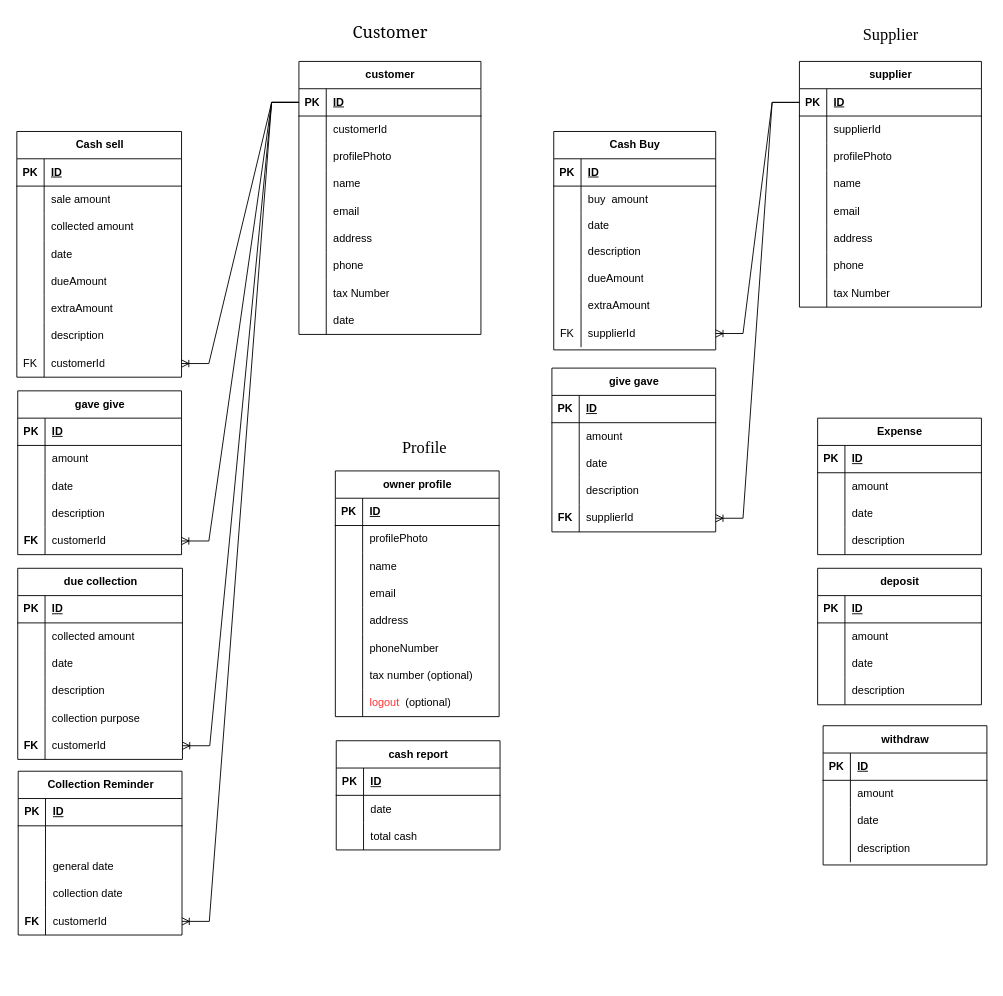
devsrakib/esBook keeps this draw.io diagram as databases/diagram.drawio. Above is the earlier version. Source tidied: cells renumbered, new cells numbered last; positions are measured from the earlier drawing's top-left corner, leaving out a move shared by most shapes. Both pictures are drawn from the tidied source at 91%, with x=0, y=0 at pixel (16, 15).
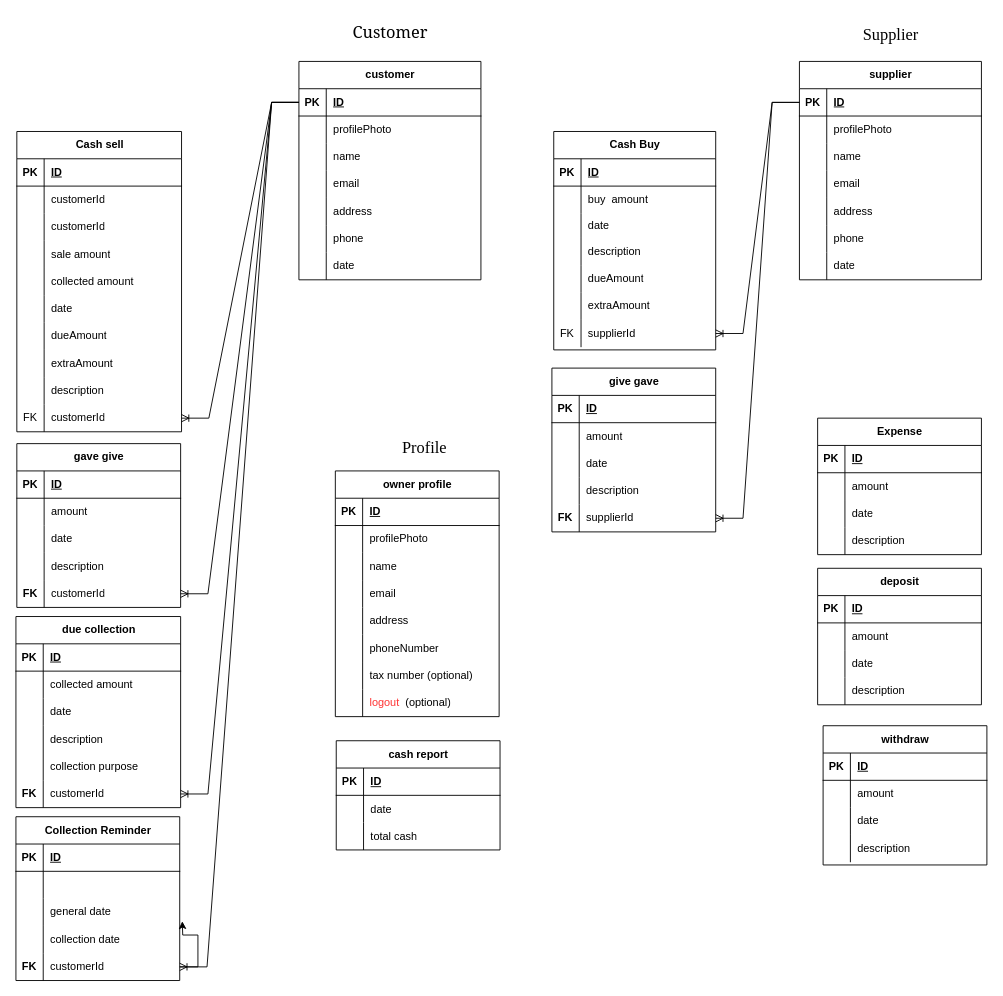
The same page after the edit.

What changed in the source:
```diff
@@
     <mxCell id="2" value="customer" style="shape=table;startSize=30;childLayout=tableLayout;rowLines=0;fontStyle=1;align=center;html=1;flipH=0;flipV=0;" parent="1" vertex="1">
-      <mxGeometry x="310" y="50" width="200" height="300" as="geometry" />
+      <mxGeometry x="310" y="50" width="200" height="240" as="geometry" />
     </mxCell>
@@
-    <mxCell id="6" style="shape=tableRow;horizontal=0;startSize=0;swimlaneHead=0;swimlaneBody=0;fillColor=none;top=0;left=0;right=0;bottom=0;" parent="2" vertex="1">
-      <mxGeometry y="60" width="200" height="30" as="geometry" />
-    </mxCell>
-    <mxCell id="7" style="shape=partialRectangle;fillColor=none;top=0;left=0;bottom=0;right=0;overflow=hidden;whiteSpace=wrap;html=1;" parent="6" vertex="1">
-      <mxGeometry width="30" height="30" as="geometry" />
-    </mxCell>
-    <mxCell id="8" value="customerId" style="shape=partialRectangle;fillColor=none;top=0;left=0;bottom=0;right=0;align=left;spacingLeft=6;overflow=hidden;whiteSpace=wrap;html=1;" parent="6" vertex="1">
-      <mxGeometry x="30" width="170" height="30" as="geometry" />
-    </mxCell>
     <mxCell id="9" style="shape=tableRow;horizontal=0;startSize=0;swimlaneHead=0;swimlaneBody=0;fillColor=none;top=0;left=0;right=0;bottom=0;" parent="2" vertex="1">
-      <mxGeometry y="90" width="200" height="30" as="geometry" />
+      <mxGeometry y="60" width="200" height="30" as="geometry" />
     </mxCell>
@@
     <mxCell id="12" style="shape=tableRow;horizontal=0;startSize=0;swimlaneHead=0;swimlaneBody=0;fillColor=none;top=0;left=0;right=0;bottom=0;" parent="2" vertex="1">
-      <mxGeometry y="120" width="200" height="30" as="geometry" />
+      <mxGeometry y="90" width="200" height="30" as="geometry" />
     </mxCell>
@@
     <mxCell id="15" style="shape=tableRow;horizontal=0;startSize=0;swimlaneHead=0;swimlaneBody=0;fillColor=none;top=0;left=0;right=0;bottom=0;" parent="2" vertex="1">
-      <mxGeometry y="150" width="200" height="30" as="geometry" />
+      <mxGeometry y="120" width="200" height="30" as="geometry" />
     </mxCell>
@@
     <mxCell id="18" style="shape=tableRow;horizontal=0;startSize=0;swimlaneHead=0;swimlaneBody=0;fillColor=none;top=0;left=0;right=0;bottom=0;" parent="2" vertex="1">
-      <mxGeometry y="180" width="200" height="30" as="geometry" />
+      <mxGeometry y="150" width="200" height="30" as="geometry" />
     </mxCell>
@@
     <mxCell id="21" style="shape=tableRow;horizontal=0;startSize=0;swimlaneHead=0;swimlaneBody=0;fillColor=none;top=0;left=0;right=0;bottom=0;" parent="2" vertex="1">
-      <mxGeometry y="210" width="200" height="30" as="geometry" />
+      <mxGeometry y="180" width="200" height="30" as="geometry" />
     </mxCell>
@@
-    <mxCell id="24" style="shape=tableRow;horizontal=0;startSize=0;swimlaneHead=0;swimlaneBody=0;fillColor=none;top=0;left=0;right=0;bottom=0;" parent="2" vertex="1">
-      <mxGeometry y="240" width="200" height="30" as="geometry" />
-    </mxCell>
-    <mxCell id="25" style="shape=partialRectangle;fillColor=none;top=0;left=0;bottom=0;right=0;overflow=hidden;whiteSpace=wrap;html=1;" parent="24" vertex="1">
-      <mxGeometry width="30" height="30" as="geometry" />
-    </mxCell>
-    <mxCell id="26" value="tax Number" style="shape=partialRectangle;fillColor=none;top=0;left=0;bottom=0;right=0;align=left;spacingLeft=6;overflow=hidden;whiteSpace=wrap;html=1;" parent="24" vertex="1">
-      <mxGeometry x="30" width="170" height="30" as="geometry" />
-    </mxCell>
     <mxCell id="27" style="shape=tableRow;horizontal=0;startSize=0;swimlaneHead=0;swimlaneBody=0;fillColor=none;top=0;left=0;right=0;bottom=0;" parent="2" vertex="1">
-      <mxGeometry y="270" width="200" height="30" as="geometry" />
+      <mxGeometry y="210" width="200" height="30" as="geometry" />
     </mxCell>
@@
     <mxCell id="30" value="Cash sell" style="shape=table;startSize=30;childLayout=tableLayout;rowLines=0;fontStyle=1;align=center;html=1;" parent="1" vertex="1">
-      <mxGeometry y="127" width="181" height="270" as="geometry" />
+      <mxGeometry y="127" width="181" height="330" as="geometry" />
     </mxCell>
@@
+    <mxCell id="253" style="shape=tableRow;horizontal=0;startSize=0;swimlaneHead=0;swimlaneBody=0;fillColor=none;top=0;left=0;right=0;bottom=0;" parent="30" vertex="1">
+      <mxGeometry y="60" width="181" height="30" as="geometry" />
+    </mxCell>
+    <mxCell id="254" style="shape=partialRectangle;fillColor=none;top=0;left=0;bottom=0;right=0;overflow=hidden;whiteSpace=wrap;html=1;" parent="253" vertex="1">
+      <mxGeometry width="30" height="30" as="geometry" />
+    </mxCell>
+    <mxCell id="8" value="customerId" style="shape=partialRectangle;fillColor=none;top=0;left=0;bottom=0;right=0;align=left;spacingLeft=6;overflow=hidden;whiteSpace=wrap;html=1;" parent="253" vertex="1">
+      <mxGeometry x="30" width="151" height="30" as="geometry" />
+    </mxCell>
     <mxCell id="34" style="shape=tableRow;horizontal=0;startSize=0;swimlaneHead=0;swimlaneBody=0;fillColor=none;top=0;left=0;right=0;bottom=0;" parent="30" vertex="1">
-      <mxGeometry y="60" width="181" height="30" as="geometry" />
+      <mxGeometry y="90" width="181" height="30" as="geometry" />
     </mxCell>
@@
-    <mxCell id="36" value="sale amount" style="shape=partialRectangle;fillColor=none;top=0;left=0;bottom=0;right=0;align=left;spacingLeft=6;overflow=hidden;whiteSpace=wrap;html=1;" parent="34" vertex="1">
+    <mxCell id="36" value="customerId" style="shape=partialRectangle;fillColor=none;top=0;left=0;bottom=0;right=0;align=left;spacingLeft=6;overflow=hidden;whiteSpace=wrap;html=1;" parent="34" vertex="1">
       <mxGeometry x="30" width="151" height="30" as="geometry" />
     </mxCell>
+    <mxCell id="255" style="shape=tableRow;horizontal=0;startSize=0;swimlaneHead=0;swimlaneBody=0;fillColor=none;top=0;left=0;right=0;bottom=0;" parent="30" vertex="1">
+      <mxGeometry y="120" width="181" height="30" as="geometry" />
+    </mxCell>
+    <mxCell id="256" style="shape=partialRectangle;fillColor=none;top=0;left=0;bottom=0;right=0;overflow=hidden;whiteSpace=wrap;html=1;" parent="255" vertex="1">
+      <mxGeometry width="30" height="30" as="geometry" />
+    </mxCell>
+    <mxCell id="257" value="sale amount" style="shape=partialRectangle;fillColor=none;top=0;left=0;bottom=0;right=0;align=left;spacingLeft=6;overflow=hidden;whiteSpace=wrap;html=1;" parent="255" vertex="1">
+      <mxGeometry x="30" width="151" height="30" as="geometry" />
+    </mxCell>
     <mxCell id="37" style="shape=tableRow;horizontal=0;startSize=0;swimlaneHead=0;swimlaneBody=0;fillColor=none;top=0;left=0;right=0;bottom=0;" parent="30" vertex="1">
-      <mxGeometry y="90" width="181" height="30" as="geometry" />
+      <mxGeometry y="150" width="181" height="30" as="geometry" />
     </mxCell>
@@
     <mxCell id="40" style="shape=tableRow;horizontal=0;startSize=0;swimlaneHead=0;swimlaneBody=0;fillColor=none;top=0;left=0;right=0;bottom=0;" parent="30" vertex="1">
-      <mxGeometry y="120" width="181" height="30" as="geometry" />
+      <mxGeometry y="180" width="181" height="30" as="geometry" />
     </mxCell>
@@
     <mxCell id="43" style="shape=tableRow;horizontal=0;startSize=0;swimlaneHead=0;swimlaneBody=0;fillColor=none;top=0;left=0;right=0;bottom=0;" parent="30" vertex="1">
-      <mxGeometry y="150" width="181" height="30" as="geometry" />
+      <mxGeometry y="210" width="181" height="30" as="geometry" />
     </mxCell>
@@
     <mxCell id="46" style="shape=tableRow;horizontal=0;startSize=0;swimlaneHead=0;swimlaneBody=0;fillColor=none;top=0;left=0;right=0;bottom=0;" parent="30" vertex="1">
-      <mxGeometry y="180" width="181" height="30" as="geometry" />
+      <mxGeometry y="240" width="181" height="30" as="geometry" />
     </mxCell>
@@
     <mxCell id="49" style="shape=tableRow;horizontal=0;startSize=0;swimlaneHead=0;swimlaneBody=0;fillColor=none;top=0;left=0;right=0;bottom=0;" parent="30" vertex="1">
-      <mxGeometry y="210" width="181" height="30" as="geometry" />
+      <mxGeometry y="270" width="181" height="30" as="geometry" />
     </mxCell>
@@
     <mxCell id="52" style="shape=tableRow;horizontal=0;startSize=0;swimlaneHead=0;swimlaneBody=0;fillColor=none;points=[[0,0.5],[1,0.5]];portConstraint=eastwest;top=0;left=0;right=0;bottom=0;" parent="30" vertex="1">
-      <mxGeometry y="240" width="181" height="30" as="geometry" />
+      <mxGeometry y="300" width="181" height="30" as="geometry" />
     </mxCell>
@@
     <mxCell id="55" value="supplier" style="shape=table;startSize=30;childLayout=tableLayout;rowLines=0;fontStyle=1;align=center;html=1;flipH=0;flipV=0;" parent="1" vertex="1">
-      <mxGeometry x="860" y="50" width="200" height="270" as="geometry" />
+      <mxGeometry x="860" y="50" width="200" height="240" as="geometry" />
     </mxCell>
@@
-    <mxCell id="59" style="shape=tableRow;horizontal=0;startSize=0;swimlaneHead=0;swimlaneBody=0;fillColor=none;top=0;left=0;right=0;bottom=0;" parent="55" vertex="1">
-      <mxGeometry y="60" width="200" height="30" as="geometry" />
-    </mxCell>
-    <mxCell id="60" style="shape=partialRectangle;fillColor=none;top=0;left=0;bottom=0;right=0;overflow=hidden;whiteSpace=wrap;html=1;" parent="59" vertex="1">
-      <mxGeometry width="30" height="30" as="geometry" />
-    </mxCell>
-    <mxCell id="61" value="supplierId" style="shape=partialRectangle;fillColor=none;top=0;left=0;bottom=0;right=0;align=left;spacingLeft=6;overflow=hidden;whiteSpace=wrap;html=1;" parent="59" vertex="1">
-      <mxGeometry x="30" width="170" height="30" as="geometry" />
-    </mxCell>
     <mxCell id="62" style="shape=tableRow;horizontal=0;startSize=0;swimlaneHead=0;swimlaneBody=0;fillColor=none;top=0;left=0;right=0;bottom=0;" parent="55" vertex="1">
-      <mxGeometry y="90" width="200" height="30" as="geometry" />
+      <mxGeometry y="60" width="200" height="30" as="geometry" />
     </mxCell>
@@
     <mxCell id="65" style="shape=tableRow;horizontal=0;startSize=0;swimlaneHead=0;swimlaneBody=0;fillColor=none;top=0;left=0;right=0;bottom=0;" parent="55" vertex="1">
-      <mxGeometry y="120" width="200" height="30" as="geometry" />
+      <mxGeometry y="90" width="200" height="30" as="geometry" />
     </mxCell>
@@
     <mxCell id="68" style="shape=tableRow;horizontal=0;startSize=0;swimlaneHead=0;swimlaneBody=0;fillColor=none;top=0;left=0;right=0;bottom=0;" parent="55" vertex="1">
-      <mxGeometry y="150" width="200" height="30" as="geometry" />
+      <mxGeometry y="120" width="200" height="30" as="geometry" />
     </mxCell>
@@
     <mxCell id="71" style="shape=tableRow;horizontal=0;startSize=0;swimlaneHead=0;swimlaneBody=0;fillColor=none;top=0;left=0;right=0;bottom=0;" parent="55" vertex="1">
-      <mxGeometry y="180" width="200" height="30" as="geometry" />
+      <mxGeometry y="150" width="200" height="30" as="geometry" />
     </mxCell>
@@
     <mxCell id="74" style="shape=tableRow;horizontal=0;startSize=0;swimlaneHead=0;swimlaneBody=0;fillColor=none;top=0;left=0;right=0;bottom=0;" parent="55" vertex="1">
-      <mxGeometry y="210" width="200" height="30" as="geometry" />
+      <mxGeometry y="180" width="200" height="30" as="geometry" />
     </mxCell>
@@
-    <mxCell id="77" style="shape=tableRow;horizontal=0;startSize=0;swimlaneHead=0;swimlaneBody=0;fillColor=none;top=0;left=0;right=0;bottom=0;" parent="55" vertex="1">
-      <mxGeometry y="240" width="200" height="30" as="geometry" />
-    </mxCell>
-    <mxCell id="78" style="shape=partialRectangle;fillColor=none;top=0;left=0;bottom=0;right=0;overflow=hidden;whiteSpace=wrap;html=1;" parent="77" vertex="1">
-      <mxGeometry width="30" height="30" as="geometry" />
-    </mxCell>
-    <mxCell id="79" value="tax Number" style="shape=partialRectangle;fillColor=none;top=0;left=0;bottom=0;right=0;align=left;spacingLeft=6;overflow=hidden;whiteSpace=wrap;html=1;" parent="77" vertex="1">
-      <mxGeometry x="30" width="170" height="30" as="geometry" />
-    </mxCell>
+    <mxCell id="258" style="shape=tableRow;horizontal=0;startSize=0;swimlaneHead=0;swimlaneBody=0;fillColor=none;top=0;left=0;right=0;bottom=0;" parent="55" vertex="1">
+      <mxGeometry y="210" width="200" height="30" as="geometry" />
+    </mxCell>
+    <mxCell id="259" style="shape=partialRectangle;fillColor=none;top=0;left=0;bottom=0;right=0;overflow=hidden;whiteSpace=wrap;html=1;" parent="258" vertex="1">
+      <mxGeometry width="30" height="30" as="geometry" />
+    </mxCell>
+    <mxCell id="260" value="date" style="shape=partialRectangle;fillColor=none;top=0;left=0;bottom=0;right=0;align=left;spacingLeft=6;overflow=hidden;whiteSpace=wrap;html=1;" parent="258" vertex="1">
+      <mxGeometry x="30" width="170" height="30" as="geometry" />
+    </mxCell>
@@
     <mxCell id="120" value="gave give" style="shape=table;startSize=30;childLayout=tableLayout;rowLines=0;fontStyle=1;align=center;html=1;" parent="1" vertex="1">
-      <mxGeometry x="1" y="412" width="180" height="180" as="geometry" />
+      <mxGeometry y="470" width="180" height="180" as="geometry" />
     </mxCell>
@@
     <mxCell id="152" value="due collection" style="shape=table;startSize=30;childLayout=tableLayout;rowLines=0;fontStyle=1;align=center;html=1;" parent="1" vertex="1">
-      <mxGeometry x="1" y="607" width="181" height="210" as="geometry" />
+      <mxGeometry x="-1" y="660" width="181" height="210" as="geometry" />
     </mxCell>
@@
     <mxCell id="171" value="Collection Reminder" style="shape=table;startSize=30;childLayout=tableLayout;rowLines=0;fontStyle=1;align=center;html=1;" parent="1" vertex="1">
-      <mxGeometry x="1.5" y="830" width="180" height="180" as="geometry" />
+      <mxGeometry x="-1" y="880" width="180" height="180" as="geometry" />
     </mxCell>
```
